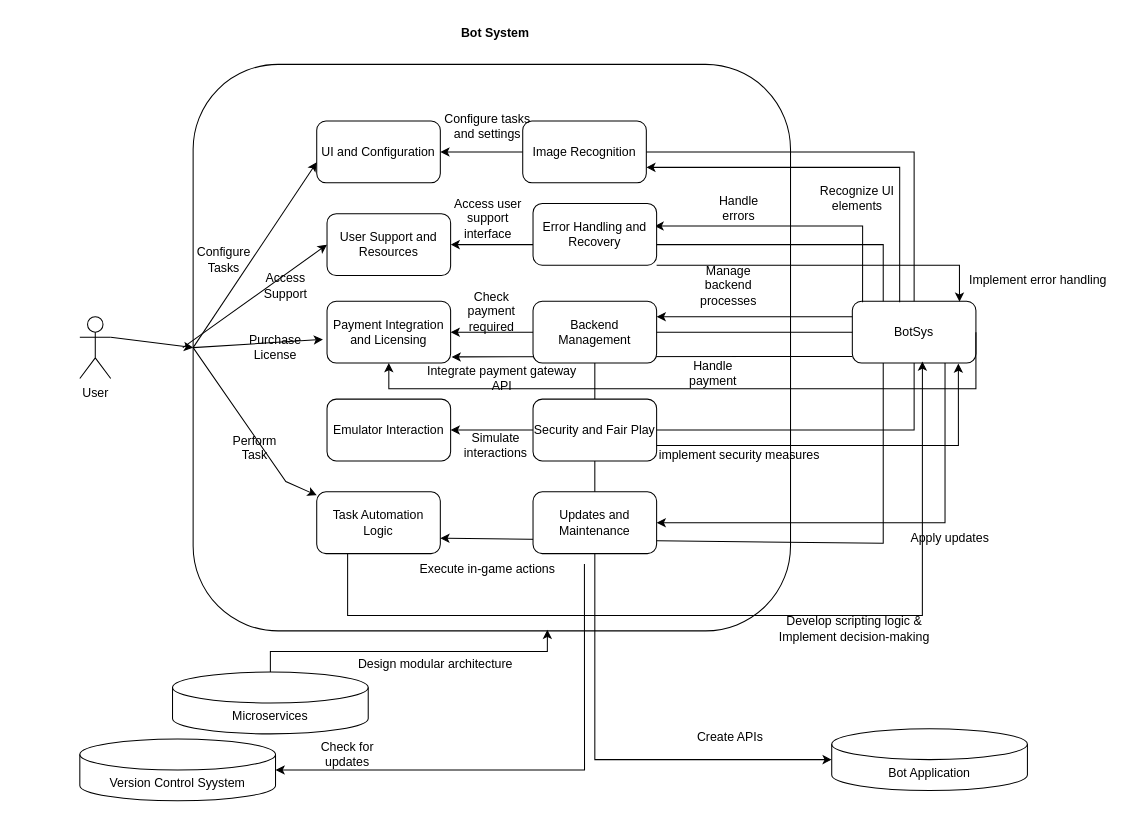
Before: Bot Diagram.drawio in 4512028/SolutionArchitectDiagrams, a draw.io diagram. Source tidied: cells renumbered, new cells numbered last; positions are measured from the earlier drawing's top-left corner, leaving out a move shared by most shapes. Both pictures are drawn from the tidied source at 103%, with x=0, y=0 at pixel (79, 18).
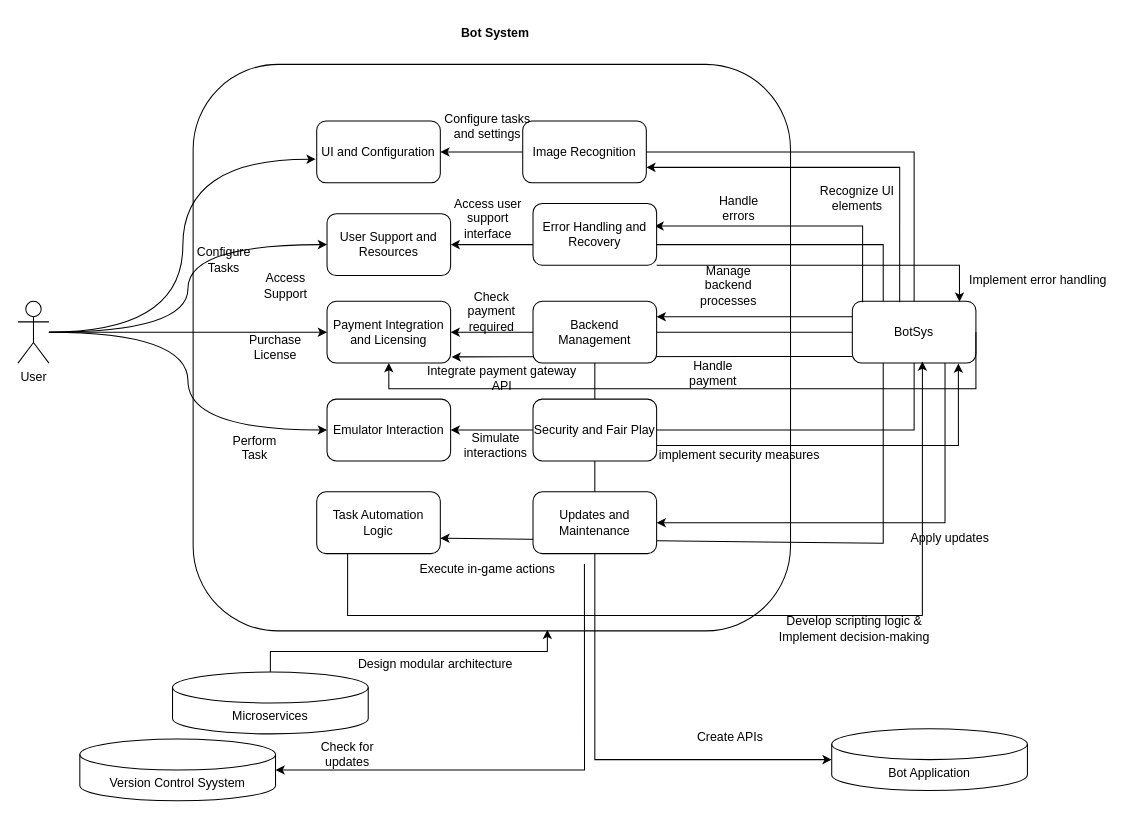
Above is the later version.

The change refers to these unchanged cells:
```xml
<mxCell id="2" style="rounded=1;whiteSpace=wrap;html=1;" parent="1" vertex="1">
  <mxGeometry x="110" y="45" width="580" height="550" as="geometry" />
</mxCell>
<mxCell id="3" value="Payment Integration and Licensing" style="rounded=1;whiteSpace=wrap;html=1;" parent="1" vertex="1">
  <mxGeometry x="240" y="275" width="120" height="60" as="geometry" />
</mxCell>
<mxCell id="4" value="Emulator Interaction" style="rounded=1;whiteSpace=wrap;html=1;" parent="1" vertex="1">
  <mxGeometry x="240" y="370" width="120" height="60" as="geometry" />
</mxCell>
<mxCell id="5" value="UI and Configuration" style="rounded=1;whiteSpace=wrap;html=1;" parent="1" vertex="1">
  <mxGeometry x="230" y="100" width="120" height="60" as="geometry" />
</mxCell>
<mxCell id="6" value="User Support and Resources" style="rounded=1;whiteSpace=wrap;html=1;" parent="1" vertex="1">
  <mxGeometry x="240" y="190" width="120" height="60" as="geometry" />
</mxCell>
<mxCell id="15" value="Task Automation Logic" style="rounded=1;whiteSpace=wrap;html=1;" parent="1" vertex="1">
  <mxGeometry x="230" y="460" width="120" height="60" as="geometry" />
</mxCell>
```

The edit, as a diff of the source:
```diff
@@
+    <mxCell id="62" style="edgeStyle=orthogonalEdgeStyle;rounded=0;jettySize=auto;html=1;entryX=0;entryY=0.5;entryDx=0;entryDy=0;curved=1;" parent="1" edge="1" source="8" target="6">
+      <mxGeometry relative="1" as="geometry" />
+    </mxCell>
+    <mxCell id="63" style="edgeStyle=orthogonalEdgeStyle;rounded=0;jettySize=auto;html=1;curved=1;" parent="1" edge="1" source="8">
+      <mxGeometry relative="1" as="geometry">
+        <mxPoint x="240" y="305" as="targetPoint" />
+      </mxGeometry>
+    </mxCell>
+    <mxCell id="64" style="edgeStyle=orthogonalEdgeStyle;rounded=0;jettySize=auto;html=1;entryX=0;entryY=0.5;entryDx=0;entryDy=0;curved=1;" parent="1" edge="1" source="8" target="4">
+      <mxGeometry relative="1" as="geometry" />
+    </mxCell>
     <mxCell id="8" value="User&lt;br&gt;" style="shape=umlActor;verticalLabelPosition=bottom;verticalAlign=top;html=1;" parent="1" vertex="1">
-      <mxGeometry y="290" width="30" height="60" as="geometry" />
+      <mxGeometry x="-60" y="275" width="30" height="60" as="geometry" />
     </mxCell>
@@
-    <mxCell id="11" style="endArrow=classic;html=1;rounded=0;exitX=0;exitY=0.5;exitDx=0;exitDy=0;" parent="1" edge="1" source="2" target="15">
-      <mxGeometry relative="1" as="geometry">
-        <Array as="points">
-          <mxPoint x="200" y="450" />
-        </Array>
-      </mxGeometry>
-    </mxCell>
-    <mxCell id="12" style="endArrow=classic;html=1;rounded=0;entryX=0;entryY=1;entryDx=0;entryDy=0;exitX=0;exitY=0.5;exitDx=0;exitDy=0;" parent="1" edge="1" source="2">
-      <mxGeometry relative="1" as="geometry">
-        <mxPoint x="230" y="140" as="targetPoint" />
-      </mxGeometry>
-    </mxCell>
-    <mxCell id="13" style="endArrow=classic;html=1;rounded=0;exitX=0;exitY=0.5;exitDx=0;exitDy=0;entryX=-0.033;entryY=0.617;entryDx=0;entryDy=0;entryPerimeter=0;" parent="1" edge="1" source="2" target="3">
-      <mxGeometry relative="1" as="geometry" />
-    </mxCell>
-    <mxCell id="14" style="endArrow=classic;html=1;rounded=0;exitX=1;exitY=0.3333333333333333;exitDx=0;exitDy=0;exitPerimeter=0;entryX=0;entryY=0.5;entryDx=0;entryDy=0;" parent="1" edge="1" source="8" target="2">
-      <mxGeometry relative="1" as="geometry" />
-    </mxCell>
@@
-    <mxCell id="18" style="endArrow=classic;html=1;rounded=0;entryX=0;entryY=0.5;entryDx=0;entryDy=0;" parent="1" edge="1" target="6">
-      <mxGeometry relative="1" as="geometry">
-        <mxPoint x="100" y="320" as="sourcePoint" />
-      </mxGeometry>
-    </mxCell>
@@
+    <mxCell id="65" style="edgeStyle=orthogonalEdgeStyle;rounded=0;jettySize=auto;html=1;entryX=-0.008;entryY=0.617;entryDx=0;entryDy=0;entryPerimeter=0;curved=1;" parent="1" edge="1" source="8" target="5">
+      <mxGeometry relative="1" as="geometry" />
+    </mxCell>
```
